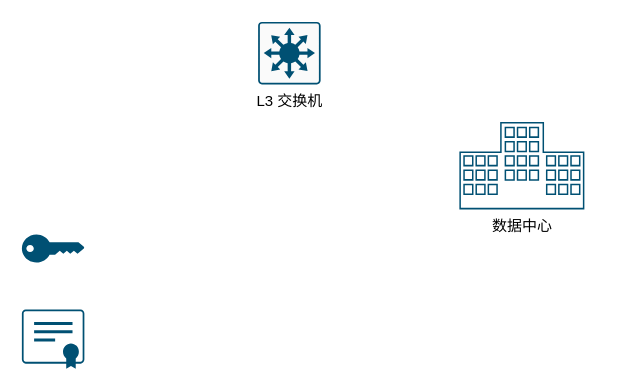
Before: demo.drawio in wzg1101/draw.io, a draw.io diagram. Source tidied: cells renumbered, new cells numbered last; positions are measured from the earlier drawing's top-left corner, leaving out a move shared by most shapes. Both pictures are drawn from the tidied source at 125%, with x=0, y=0 at pixel (21, 21).
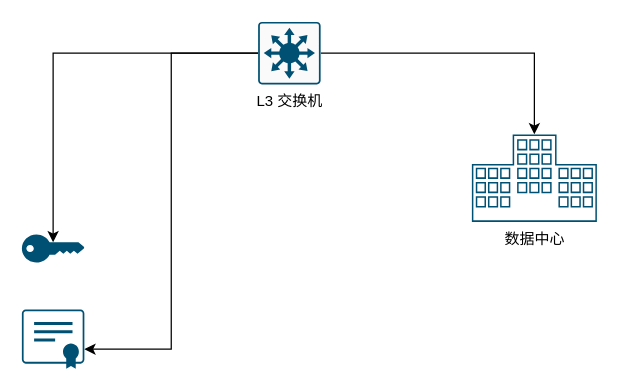
Above is the later version.

Diff of the diagram source:
```diff
@@
 <mxGraphModel>
   <root>
     <mxCell id="0" />
     <mxCell id="1" parent="0" />
+    <mxCell id="6" style="edgeStyle=orthogonalEdgeStyle;rounded=0;jettySize=auto;html=1;entryX=0.5;entryY=0.28;entryDx=0;entryDy=0;entryPerimeter=0;" parent="1" edge="1" source="2" target="4">
+      <mxGeometry relative="1" as="geometry" />
+    </mxCell>
+    <mxCell id="7" style="edgeStyle=orthogonalEdgeStyle;rounded=0;jettySize=auto;html=1;entryX=1;entryY=0.67;entryDx=0;entryDy=0;entryPerimeter=0;" parent="1" edge="1" source="2" target="3">
+      <mxGeometry relative="1" as="geometry" />
+    </mxCell>
+    <mxCell id="8" style="edgeStyle=orthogonalEdgeStyle;rounded=0;jettySize=auto;html=1;entryX=0.5;entryY=0;entryDx=0;entryDy=0;entryPerimeter=0;" parent="1" edge="1" source="2" target="5">
+      <mxGeometry relative="1" as="geometry" />
+    </mxCell>
     <mxCell id="2" value="L3 交换机" style="sketch=0;points=[[0.015,0.015,0],[0.985,0.015,0],[0.985,0.985,0],[0.015,0.985,0],[0.25,0,0],[0.5,0,0],[0.75,0,0],[1,0.25,0],[1,0.5,0],[1,0.75,0],[0.75,1,0],[0.5,1,0],[0.25,1,0],[0,0.75,0],[0,0.5,0],[0,0.25,0]];verticalLabelPosition=bottom;html=1;verticalAlign=top;align=center;shape=mxgraph.cisco19.rect;prIcon=l3_switch;fillColor=#FAFAFA;strokeColor=#005073;" parent="1" vertex="1">
       <mxGeometry x="189" width="50" height="50" as="geometry" />
     </mxCell>
     <mxCell id="3" style="points=[[0.015,0.015,0],[0.25,0,0],[0.5,0,0],[0.75,0,0],[0.985,0.015,0],[1,0.22,0],[1,0.44,0],[1,0.67,0],[0.985,0.89,0],[0,0.22,0],[0,0.44,0],[0,0.67,0],[0.015,0.89,0],[0.25,0.91,0],[0.5,0.91,0],[0.785,0.955,0]];verticalLabelPosition=bottom;sketch=0;html=1;verticalAlign=top;align=center;shape=mxgraph.cisco19.x509_certificate;fillColor=#005073;strokeColor=none;" parent="1" vertex="1">
       <mxGeometry y="230" width="50" height="47.5" as="geometry" />
     </mxCell>
     <mxCell id="4" style="points=[[0,0.5,0],[0.24,0,0],[0.5,0.28,0],[0.995,0.475,0],[0.5,0.72,0],[0.24,1,0]];verticalLabelPosition=bottom;sketch=0;html=1;verticalAlign=top;align=center;shape=mxgraph.cisco19.key;fillColor=#005073;strokeColor=none;" parent="1" vertex="1">
       <mxGeometry y="170" width="50" height="22.5" as="geometry" />
     </mxCell>
     <mxCell id="5" value="数据中心" style="points=[[0.5,0,0],[1,0.34,0],[1,1],[0.75,1,0],[0.5,1,0],[0.25,1,0],[0,1,0],[0,0.34,0],[1,0.67,0],[0,0.67,0],[0.325,0,0],[0.675,0,0]];verticalLabelPosition=bottom;sketch=0;html=1;verticalAlign=top;align=center;shape=mxgraph.cisco19.data_center;fillColor=#005073;strokeColor=none;" parent="1" vertex="1">
-      <mxGeometry x="350" y="80" width="100" height="70" as="geometry" />
+      <mxGeometry x="360" y="90" width="100" height="70" as="geometry" />
     </mxCell>
   </root>
 </mxGraphModel>
```
